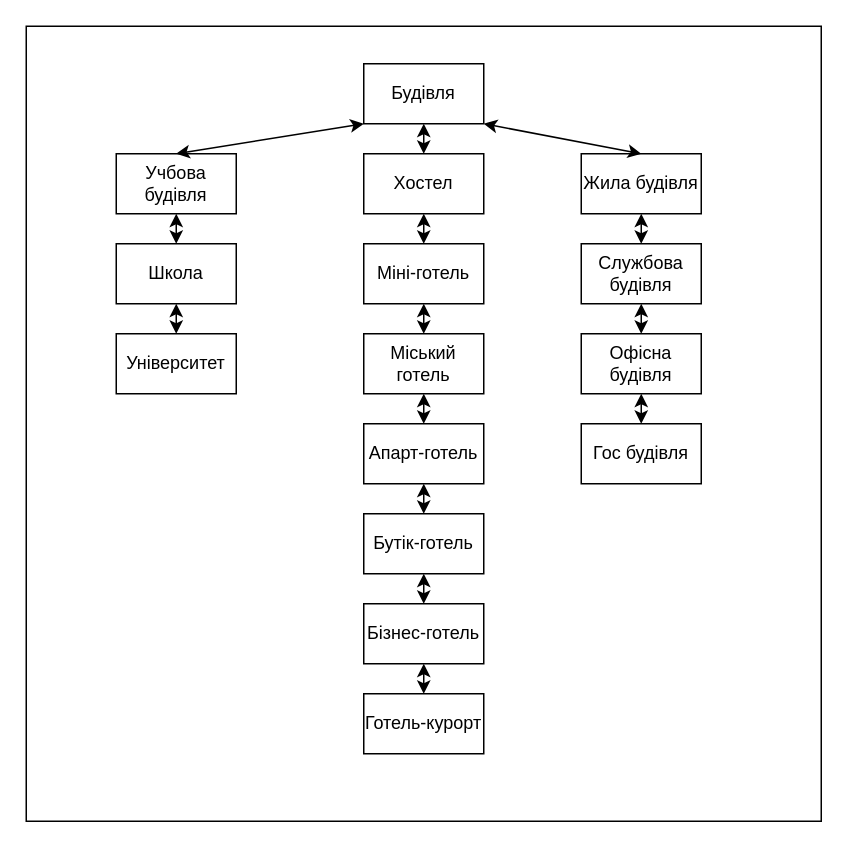
Before: Диаграмма без названия.drawio in Pelmeshka69/ClassWork-Real-, a draw.io diagram. Source tidied: cells renumbered, new cells numbered last; positions are measured from the earlier drawing's top-left corner, leaving out a move shared by most shapes. Both pictures are drawn from the tidied source at 150%, with x=0, y=0 at pixel (26, 26).
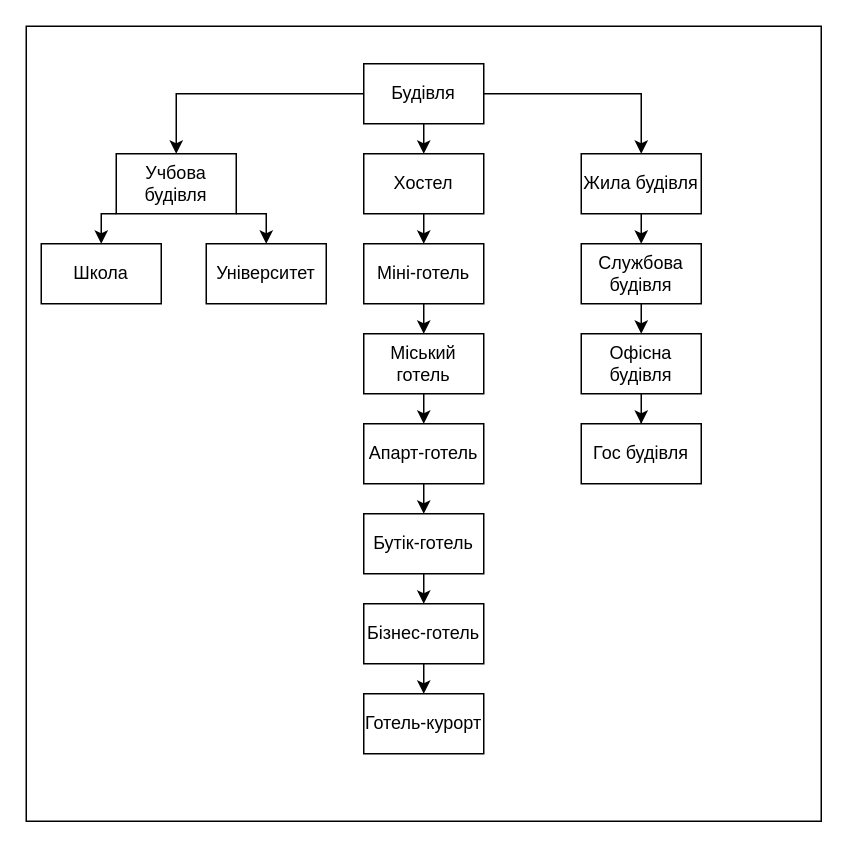
The same diagram, later.

The change refers to these unchanged cells:
```xml
<mxCell id="3" value="Будівля" style="rounded=0;whiteSpace=wrap;html=1;" parent="1" vertex="1">
  <mxGeometry x="225" y="25" width="80" height="40" as="geometry" />
</mxCell>
<mxCell id="4" value="Хостел" style="rounded=0;whiteSpace=wrap;html=1;" parent="1" vertex="1">
  <mxGeometry x="225" y="85" width="80" height="40" as="geometry" />
</mxCell>
<mxCell id="5" value="Міні-готель" style="rounded=0;whiteSpace=wrap;html=1;" parent="1" vertex="1">
  <mxGeometry x="225" y="145" width="80" height="40" as="geometry" />
</mxCell>
<mxCell id="6" value="Міський готель" style="rounded=0;whiteSpace=wrap;html=1;" parent="1" vertex="1">
  <mxGeometry x="225" y="205" width="80" height="40" as="geometry" />
</mxCell>
<mxCell id="7" value="Апарт-готель" style="rounded=0;whiteSpace=wrap;html=1;" parent="1" vertex="1">
  <mxGeometry x="225" y="265" width="80" height="40" as="geometry" />
</mxCell>
<mxCell id="8" value="Бутік-готель" style="rounded=0;whiteSpace=wrap;html=1;" parent="1" vertex="1">
  <mxGeometry x="225" y="325" width="80" height="40" as="geometry" />
</mxCell>
<mxCell id="9" value="Бізнес-готель" style="rounded=0;whiteSpace=wrap;html=1;" parent="1" vertex="1">
  <mxGeometry x="225" y="385" width="80" height="40" as="geometry" />
</mxCell>
<mxCell id="10" value="Готель-курорт" style="rounded=0;whiteSpace=wrap;html=1;" parent="1" vertex="1">
  <mxGeometry x="225" y="445" width="80" height="40" as="geometry" />
</mxCell>
<mxCell id="18" value="Жила будівля" style="rounded=0;whiteSpace=wrap;html=1;" parent="1" vertex="1">
  <mxGeometry x="370" y="85" width="80" height="40" as="geometry" />
</mxCell>
<mxCell id="19" value="Офісна будівля" style="rounded=0;whiteSpace=wrap;html=1;" parent="1" vertex="1">
  <mxGeometry x="370" y="205" width="80" height="40" as="geometry" />
</mxCell>
<mxCell id="20" value="Службова будівля" style="rounded=0;whiteSpace=wrap;html=1;" parent="1" vertex="1">
  <mxGeometry x="370" y="145" width="80" height="40" as="geometry" />
</mxCell>
<mxCell id="21" value="Гос будівля" style="rounded=0;whiteSpace=wrap;html=1;" parent="1" vertex="1">
  <mxGeometry x="370" y="265" width="80" height="40" as="geometry" />
</mxCell>
<mxCell id="26" value="Учбова будівля" style="rounded=0;whiteSpace=wrap;html=1;" parent="1" vertex="1">
  <mxGeometry x="60" y="85" width="80" height="40" as="geometry" />
</mxCell>
```

Diff of the diagram source:
```diff
@@
+    <mxCell id="32" style="edgeStyle=orthogonalEdgeStyle;rounded=0;jettySize=auto;html=1;exitX=0;exitY=0.5;exitDx=0;exitDy=0;entryX=0.5;entryY=0;entryDx=0;entryDy=0;" parent="1" edge="1" source="3" target="26">
+      <mxGeometry relative="1" as="geometry" />
+    </mxCell>
+    <mxCell id="33" style="edgeStyle=orthogonalEdgeStyle;rounded=0;jettySize=auto;html=1;exitX=1;exitY=0.5;exitDx=0;exitDy=0;entryX=0.5;entryY=0;entryDx=0;entryDy=0;" parent="1" edge="1" source="3" target="18">
+      <mxGeometry relative="1" as="geometry" />
+    </mxCell>
+    <mxCell id="34" style="edgeStyle=orthogonalEdgeStyle;rounded=0;jettySize=auto;html=1;exitX=0.5;exitY=1;exitDx=0;exitDy=0;entryX=0.5;entryY=0;entryDx=0;entryDy=0;" parent="1" edge="1" source="3" target="4">
+      <mxGeometry relative="1" as="geometry" />
+    </mxCell>
@@
+    <mxCell id="35" style="edgeStyle=orthogonalEdgeStyle;rounded=0;jettySize=auto;html=1;exitX=0.5;exitY=1;exitDx=0;exitDy=0;entryX=0.5;entryY=0;entryDx=0;entryDy=0;" parent="1" edge="1" source="4" target="5">
+      <mxGeometry relative="1" as="geometry" />
+    </mxCell>
@@
+    <mxCell id="36" style="edgeStyle=orthogonalEdgeStyle;rounded=0;jettySize=auto;html=1;exitX=0.5;exitY=1;exitDx=0;exitDy=0;entryX=0.5;entryY=0;entryDx=0;entryDy=0;" parent="1" edge="1" source="5" target="6">
+      <mxGeometry relative="1" as="geometry" />
+    </mxCell>
@@
+    <mxCell id="37" style="edgeStyle=orthogonalEdgeStyle;rounded=0;jettySize=auto;html=1;exitX=0.5;exitY=1;exitDx=0;exitDy=0;entryX=0.5;entryY=0;entryDx=0;entryDy=0;" parent="1" edge="1" source="6" target="7">
+      <mxGeometry relative="1" as="geometry" />
+    </mxCell>
@@
+    <mxCell id="38" style="edgeStyle=orthogonalEdgeStyle;rounded=0;jettySize=auto;html=1;exitX=0.5;exitY=1;exitDx=0;exitDy=0;entryX=0.5;entryY=0;entryDx=0;entryDy=0;" parent="1" edge="1" source="7" target="8">
+      <mxGeometry relative="1" as="geometry" />
+    </mxCell>
@@
+    <mxCell id="39" style="edgeStyle=orthogonalEdgeStyle;rounded=0;jettySize=auto;html=1;exitX=0.5;exitY=1;exitDx=0;exitDy=0;entryX=0.5;entryY=0;entryDx=0;entryDy=0;" parent="1" edge="1" source="8" target="9">
+      <mxGeometry relative="1" as="geometry" />
+    </mxCell>
@@
+    <mxCell id="40" style="edgeStyle=orthogonalEdgeStyle;rounded=0;jettySize=auto;html=1;exitX=0.5;exitY=1;exitDx=0;exitDy=0;entryX=0.5;entryY=0;entryDx=0;entryDy=0;" parent="1" edge="1" source="9" target="10">
+      <mxGeometry relative="1" as="geometry" />
+    </mxCell>
@@
-    <mxCell id="11" style="endArrow=classic;startArrow=classic;html=1;rounded=0;entryX=0.5;entryY=1;entryDx=0;entryDy=0;exitX=0.5;exitY=0;exitDx=0;exitDy=0;" parent="1" edge="1" source="4" target="3">
-      <mxGeometry relative="1" as="geometry">
-        <Array as="points">
-          <mxPoint x="265" y="75" />
-        </Array>
-      </mxGeometry>
-    </mxCell>
-    <mxCell id="12" style="endArrow=classic;startArrow=classic;html=1;rounded=0;entryX=0.5;entryY=1;entryDx=0;entryDy=0;exitX=0.5;exitY=0;exitDx=0;exitDy=0;" parent="1" edge="1" source="5" target="4">
-      <mxGeometry relative="1" as="geometry" />
-    </mxCell>
-    <mxCell id="13" style="endArrow=classic;startArrow=classic;html=1;rounded=0;entryX=0.5;entryY=1;entryDx=0;entryDy=0;exitX=0.5;exitY=0;exitDx=0;exitDy=0;" parent="1" edge="1" source="6" target="5">
-      <mxGeometry relative="1" as="geometry" />
-    </mxCell>
-    <mxCell id="14" style="endArrow=classic;startArrow=classic;html=1;rounded=0;entryX=0.5;entryY=1;entryDx=0;entryDy=0;exitX=0.5;exitY=0;exitDx=0;exitDy=0;entryPerimeter=0;" parent="1" edge="1" source="7" target="6">
-      <mxGeometry relative="1" as="geometry" />
-    </mxCell>
-    <mxCell id="15" style="endArrow=classic;startArrow=classic;html=1;rounded=0;entryX=0.5;entryY=1;entryDx=0;entryDy=0;exitX=0.5;exitY=0;exitDx=0;exitDy=0;entryPerimeter=0;" parent="1" edge="1" source="8" target="7">
-      <mxGeometry relative="1" as="geometry" />
-    </mxCell>
-    <mxCell id="16" style="endArrow=classic;startArrow=classic;html=1;rounded=0;entryX=0.5;entryY=1;entryDx=0;entryDy=0;exitX=0.5;exitY=0;exitDx=0;exitDy=0;" parent="1" edge="1" source="9" target="8">
-      <mxGeometry relative="1" as="geometry" />
-    </mxCell>
-    <mxCell id="17" style="endArrow=classic;startArrow=classic;html=1;rounded=0;entryX=0.5;entryY=1;entryDx=0;entryDy=0;exitX=0.5;exitY=0;exitDx=0;exitDy=0;" parent="1" edge="1" source="10" target="9">
-      <mxGeometry relative="1" as="geometry" />
-    </mxCell>
+    <mxCell id="41" style="edgeStyle=orthogonalEdgeStyle;rounded=0;jettySize=auto;html=1;exitX=0.5;exitY=1;exitDx=0;exitDy=0;entryX=0.5;entryY=0;entryDx=0;entryDy=0;" parent="1" edge="1" source="18" target="20">
+      <mxGeometry relative="1" as="geometry" />
+    </mxCell>
@@
+    <mxCell id="42" style="edgeStyle=orthogonalEdgeStyle;rounded=0;jettySize=auto;html=1;" parent="1" edge="1" source="19" target="21">
+      <mxGeometry relative="1" as="geometry" />
+    </mxCell>
@@
+    <mxCell id="43" style="edgeStyle=orthogonalEdgeStyle;rounded=0;jettySize=auto;html=1;exitX=0.5;exitY=1;exitDx=0;exitDy=0;entryX=0.5;entryY=0;entryDx=0;entryDy=0;" parent="1" edge="1" source="20" target="19">
+      <mxGeometry relative="1" as="geometry" />
+    </mxCell>
@@
-    <mxCell id="22" style="endArrow=classic;startArrow=classic;html=1;rounded=0;entryX=1;entryY=1;entryDx=0;entryDy=0;exitX=0.5;exitY=0;exitDx=0;exitDy=0;" parent="1" edge="1" source="18" target="3">
-      <mxGeometry relative="1" as="geometry" />
-    </mxCell>
-    <mxCell id="23" style="endArrow=classic;startArrow=classic;html=1;rounded=0;entryX=0.5;entryY=1;entryDx=0;entryDy=0;" parent="1" edge="1" target="18">
-      <mxGeometry relative="1" as="geometry">
-        <mxPoint x="410" y="145" as="sourcePoint" />
-      </mxGeometry>
-    </mxCell>
-    <mxCell id="24" style="endArrow=classic;startArrow=classic;html=1;rounded=0;entryX=0.5;entryY=1;entryDx=0;entryDy=0;exitX=0.5;exitY=0;exitDx=0;exitDy=0;" parent="1" edge="1" source="19" target="20">
-      <mxGeometry relative="1" as="geometry" />
-    </mxCell>
-    <mxCell id="25" style="endArrow=classic;startArrow=classic;html=1;rounded=0;entryX=0.5;entryY=1;entryDx=0;entryDy=0;exitX=0.5;exitY=0;exitDx=0;exitDy=0;" parent="1" edge="1" source="21" target="19">
-      <mxGeometry relative="1" as="geometry" />
-    </mxCell>
+    <mxCell id="44" style="edgeStyle=orthogonalEdgeStyle;rounded=0;jettySize=auto;html=1;exitX=0;exitY=1;exitDx=0;exitDy=0;entryX=0.5;entryY=0;entryDx=0;entryDy=0;" parent="1" edge="1" source="26" target="27">
+      <mxGeometry relative="1" as="geometry" />
+    </mxCell>
+    <mxCell id="45" style="edgeStyle=orthogonalEdgeStyle;rounded=0;jettySize=auto;html=1;exitX=1;exitY=1;exitDx=0;exitDy=0;entryX=0.5;entryY=0;entryDx=0;entryDy=0;" parent="1" edge="1" source="26" target="28">
+      <mxGeometry relative="1" as="geometry" />
+    </mxCell>
@@
     <mxCell id="27" value="Школа" style="rounded=0;whiteSpace=wrap;html=1;" parent="1" vertex="1">
-      <mxGeometry x="60" y="145" width="80" height="40" as="geometry" />
+      <mxGeometry x="10" y="145" width="80" height="40" as="geometry" />
     </mxCell>
     <mxCell id="28" value="Університет" style="rounded=0;whiteSpace=wrap;html=1;" parent="1" vertex="1">
-      <mxGeometry x="60" y="205" width="80" height="40" as="geometry" />
+      <mxGeometry x="120" y="145" width="80" height="40" as="geometry" />
     </mxCell>
-    <mxCell id="29" style="endArrow=classic;startArrow=classic;html=1;rounded=0;entryX=0;entryY=1;entryDx=0;entryDy=0;exitX=0.5;exitY=0;exitDx=0;exitDy=0;" parent="1" edge="1" source="26" target="3">
-      <mxGeometry relative="1" as="geometry" />
-    </mxCell>
-    <mxCell id="30" style="endArrow=classic;startArrow=classic;html=1;rounded=0;entryX=0.5;entryY=1;entryDx=0;entryDy=0;exitX=0.5;exitY=0;exitDx=0;exitDy=0;" parent="1" edge="1" source="27" target="26">
-      <mxGeometry relative="1" as="geometry" />
-    </mxCell>
-    <mxCell id="31" style="endArrow=classic;startArrow=classic;html=1;rounded=0;entryX=0.5;entryY=1;entryDx=0;entryDy=0;exitX=0.5;exitY=0;exitDx=0;exitDy=0;" parent="1" edge="1" source="28" target="27">
-      <mxGeometry relative="1" as="geometry" />
-    </mxCell>
```
